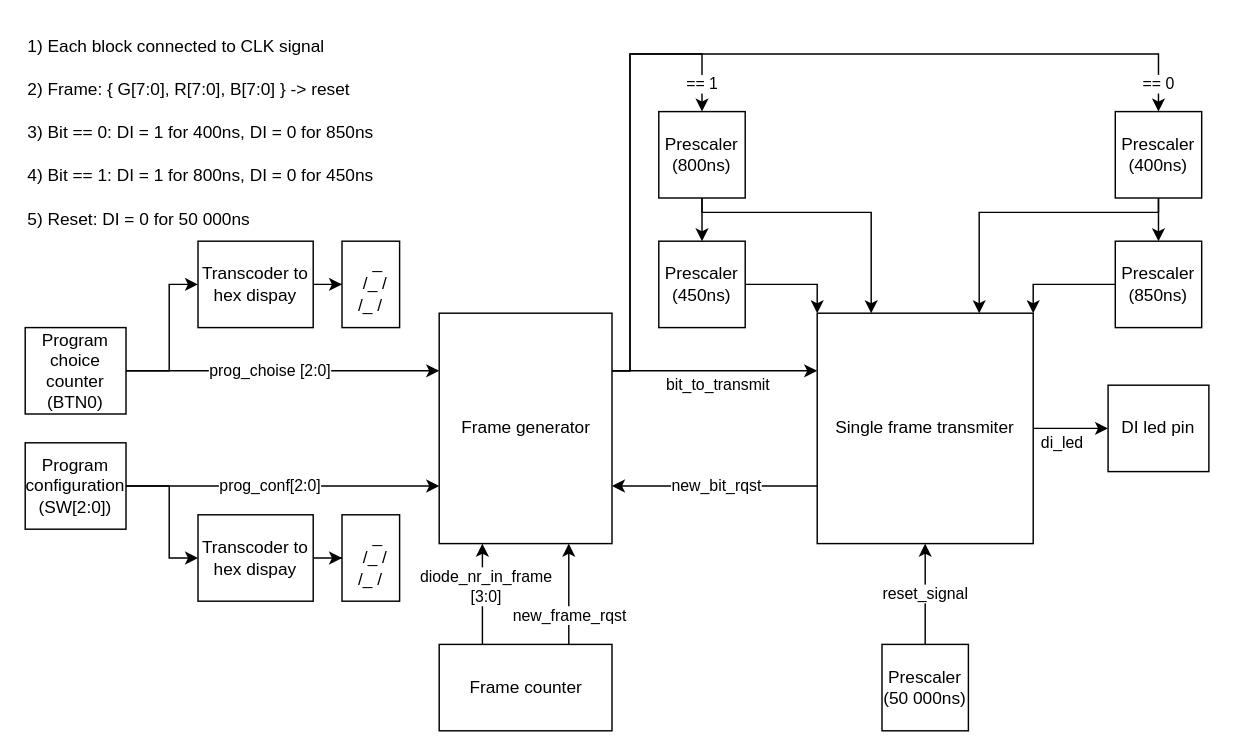
r-smalec/LedSnake keeps this draw.io diagram as LedSnake.drawio. Above is the earlier version. Source tidied: cells renumbered, new cells numbered last; positions are measured from the earlier drawing's top-left corner, leaving out a move shared by most shapes. Both pictures are drawn from the tidied source at 144%, with x=0, y=0 at pixel (24, 24).
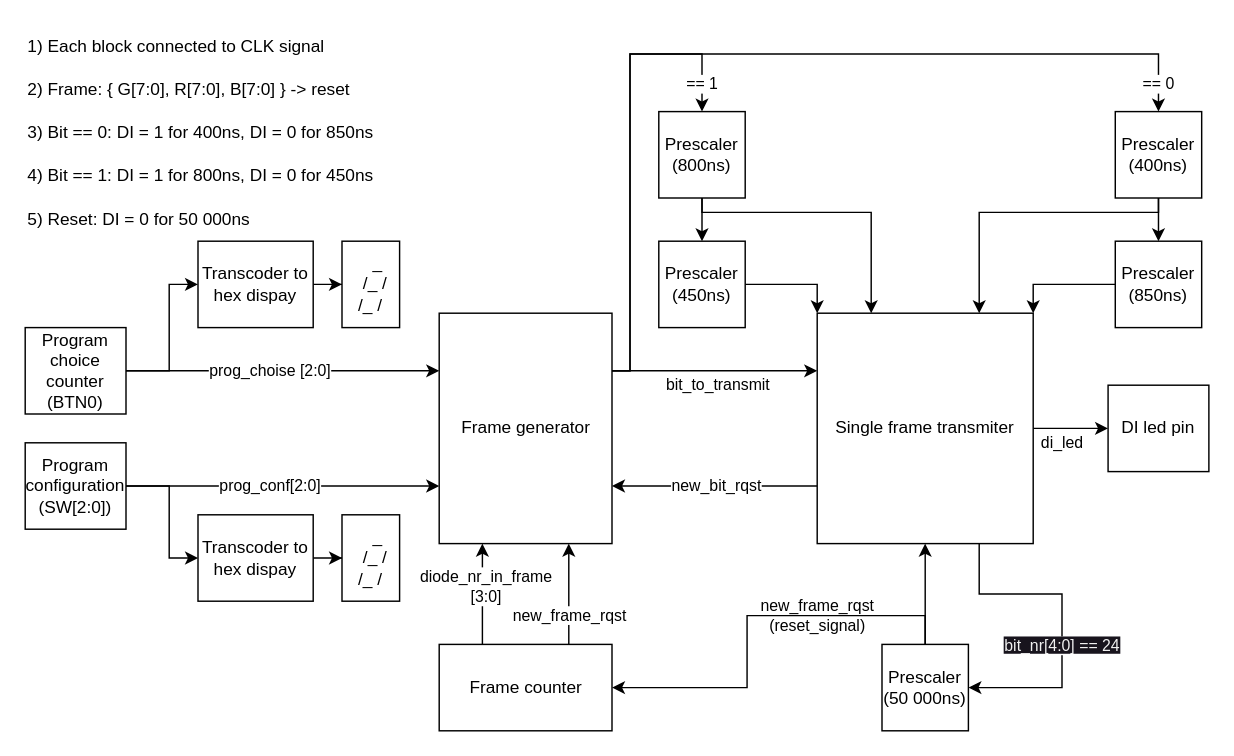
The same page after the edit.

Commit message:
new_frame_request sigman modified

The change refers to these unchanged cells:
```xml
<mxCell id="20" value="Single frame transmiter" style="rounded=0;whiteSpace=wrap;html=1;" parent="1" vertex="1">
  <mxGeometry x="550" y="200" width="150" height="160" as="geometry" />
</mxCell>
<mxCell id="23" value="Frame counter" style="rounded=0;whiteSpace=wrap;html=1;" parent="1" vertex="1">
  <mxGeometry x="287.5" y="430" width="120" height="60" as="geometry" />
</mxCell>
<mxCell id="26" value="Prescaler&lt;br&gt;(50 000ns)" style="rounded=0;whiteSpace=wrap;html=1;" parent="1" vertex="1">
  <mxGeometry x="595" y="430" width="60" height="60" as="geometry" />
</mxCell>
```

Change to the diagram source:
```diff
@@
+    <mxCell id="43" value="&lt;span style=&quot;color: rgb(240, 240, 240); font-family: Helvetica; font-size: 11px; font-style: normal; font-variant-ligatures: normal; font-variant-caps: normal; font-weight: 400; letter-spacing: normal; orphans: 2; text-align: center; text-indent: 0px; text-transform: none; widows: 2; word-spacing: 0px; -webkit-text-stroke-width: 0px; background-color: rgb(24, 20, 29); text-decoration-thickness: initial; text-decoration-style: initial; text-decoration-color: initial; float: none; display: inline !important;&quot;&gt;bit_nr[4:0] == 24&lt;/span&gt;" style="edgeStyle=orthogonalEdgeStyle;rounded=0;jettySize=auto;html=1;exitX=0.75;exitY=1;exitDx=0;exitDy=0;entryX=1;entryY=0.5;entryDx=0;entryDy=0;" parent="1" edge="1" source="20" target="26">
+      <mxGeometry x="0.15" relative="1" as="geometry" />
+    </mxCell>
@@
-    <mxCell id="25" value="reset_signal" style="edgeStyle=orthogonalEdgeStyle;rounded=0;jettySize=auto;html=1;entryX=0.5;entryY=1;entryDx=0;entryDy=0;" parent="1" edge="1" source="26" target="20">
-      <mxGeometry relative="1" as="geometry" />
+    <mxCell id="25" value="new_frame_rqst&lt;br&gt;(reset_signal)" style="edgeStyle=orthogonalEdgeStyle;rounded=0;jettySize=auto;html=1;entryX=0.5;entryY=1;entryDx=0;entryDy=0;" parent="1" edge="1" source="26" target="20">
+      <mxGeometry x="-0.43" y="75" relative="1" as="geometry" />
     </mxCell>
+    <mxCell id="44" style="edgeStyle=orthogonalEdgeStyle;rounded=0;jettySize=auto;html=1;exitX=0.5;exitY=0;exitDx=0;exitDy=0;entryX=1;entryY=0.5;entryDx=0;entryDy=0;" parent="1" edge="1" source="26" target="23">
+      <mxGeometry relative="1" as="geometry" />
+    </mxCell>
```
